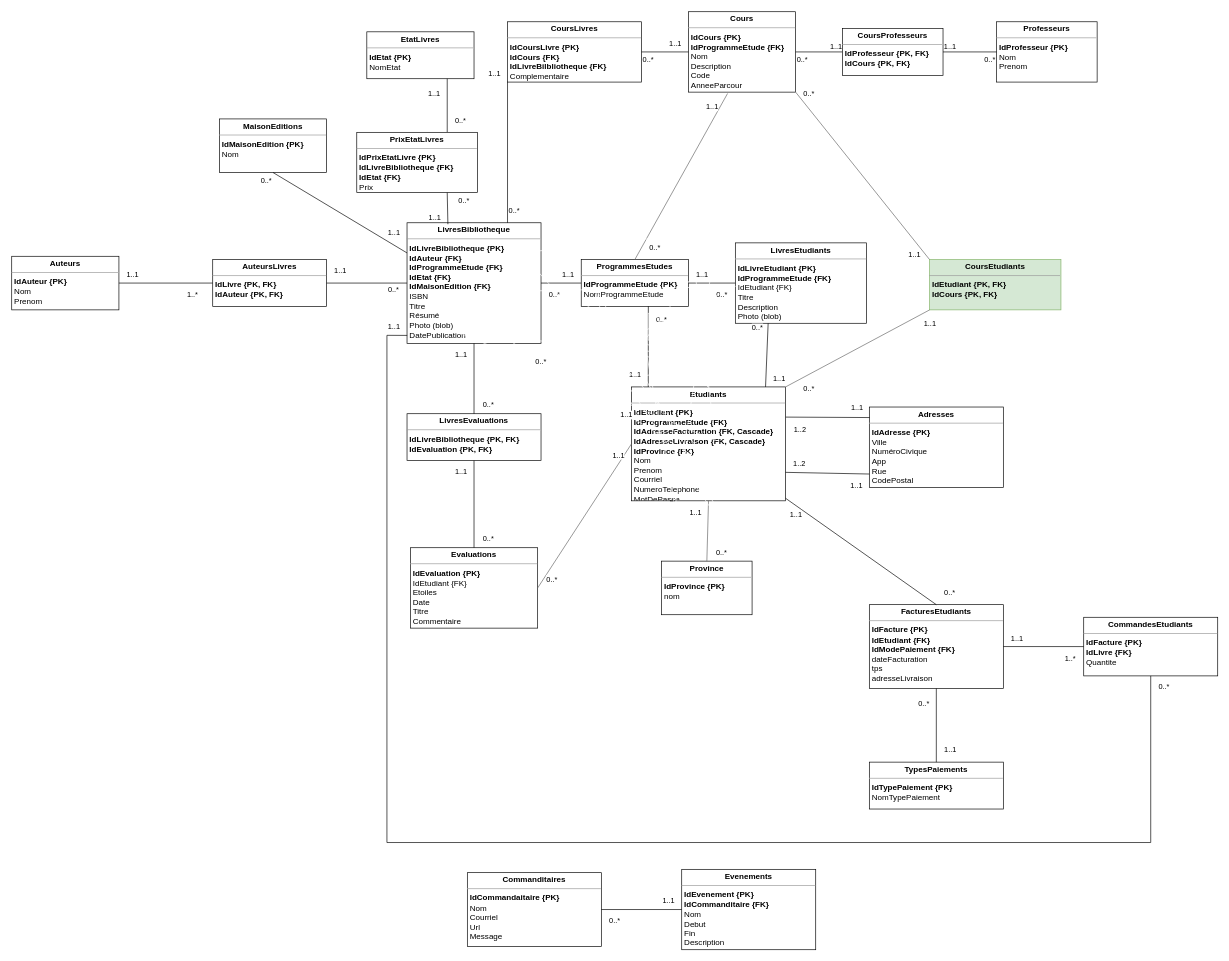
Before: page "Page-1" (1 of 2) of org/diagrammes/modele-bd/modele-bd.drawio in Feelschevreuil/vlisside-Survivor, a draw.io diagram. Source tidied: cells renumbered, new cells numbered last; positions are measured from the earlier drawing's top-left corner, leaving out a move shared by most shapes. Both pictures are drawn from the tidied source at 67%, with x=0, y=0 at pixel (11, 11).
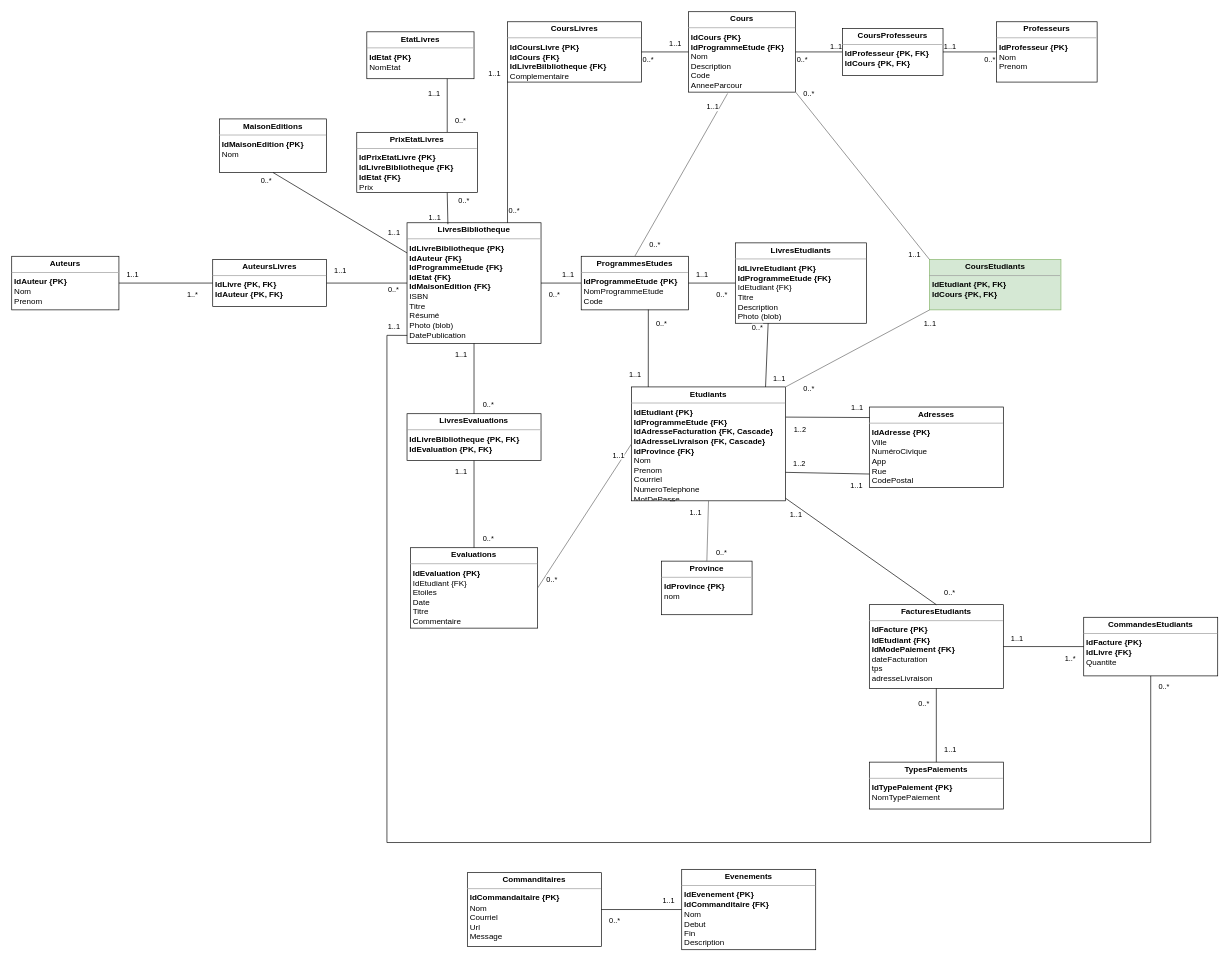
After the change.

Commit message:
docs: ajout du champ code des programmes d'études

Diff of the diagram source:
```diff
@@
-    <mxCell id="11" value="&lt;p style=&quot;margin: 0px ; margin-top: 4px ; text-align: center&quot;&gt;&lt;b&gt;ProgrammesEtudes&lt;/b&gt;&lt;/p&gt;&lt;hr size=&quot;1&quot;&gt;&lt;p style=&quot;margin: 0px ; margin-left: 4px&quot;&gt;&lt;b&gt;IdProgrammeEtude {PK}&lt;/b&gt;&lt;/p&gt;&lt;p style=&quot;margin: 0px ; margin-left: 4px&quot;&gt;NomProgrammeEtude&lt;/p&gt;" style="verticalAlign=top;align=left;overflow=fill;fontSize=12;fontFamily=Helvetica;html=1;" parent="1" vertex="1">
-      <mxGeometry x="850" y="370" width="160" height="70" as="geometry" />
+    <mxCell id="11" value="&lt;p style=&quot;margin: 0px ; margin-top: 4px ; text-align: center&quot;&gt;&lt;b&gt;ProgrammesEtudes&lt;/b&gt;&lt;/p&gt;&lt;hr size=&quot;1&quot;&gt;&lt;p style=&quot;margin: 0px ; margin-left: 4px&quot;&gt;&lt;b&gt;IdProgrammeEtude {PK}&lt;/b&gt;&lt;/p&gt;&lt;p style=&quot;margin: 0px ; margin-left: 4px&quot;&gt;NomProgrammeEtude&lt;/p&gt;&lt;p style=&quot;margin: 0px ; margin-left: 4px&quot;&gt;Code&lt;/p&gt;" style="verticalAlign=top;align=left;overflow=fill;fontSize=12;fontFamily=Helvetica;html=1;" parent="1" vertex="1">
+      <mxGeometry x="850" y="365" width="160" height="80" as="geometry" />
     </mxCell>
@@
-    <mxCell id="107" style="endArrow=none;html=1;rounded=0;endFill=0;fillColor=#f5f5f5;strokeColor=#FFFFFF;" parent="1" edge="1">
-      <mxGeometry relative="1" as="geometry">
-        <mxPoint x="770" y="520" as="sourcePoint" />
-        <mxPoint x="940" y="610" as="targetPoint" />
-        <Array as="points">
-          <mxPoint x="880" y="540" />
-          <mxPoint x="920" y="550" />
-          <mxPoint x="960" y="540" />
-          <mxPoint x="960" y="520" />
-          <mxPoint x="880" y="480" />
-          <mxPoint x="900" y="490" />
-          <mxPoint x="890" y="460" />
-          <mxPoint x="920" y="450" />
-          <mxPoint x="880" y="470" />
-          <mxPoint x="900" y="470" />
-          <mxPoint x="920" y="470" />
-          <mxPoint x="860" y="440" />
-          <mxPoint x="855" y="520" />
-          <mxPoint x="1080" y="410" />
-          <mxPoint x="630" y="420" />
-          <mxPoint x="1060" y="690" />
-          <mxPoint x="760" y="360" />
-          <mxPoint x="1030" y="330" />
-          <mxPoint x="1040" y="340" />
-          <mxPoint x="1050" y="350" />
-          <mxPoint x="990" y="740" />
-          <mxPoint x="940" y="470" />
-          <mxPoint x="930" y="500" />
-          <mxPoint x="880" y="500" />
-          <mxPoint x="880" y="460" />
-          <mxPoint x="870" y="460" />
-          <mxPoint x="860" y="480" />
-          <mxPoint x="890" y="470" />
-          <mxPoint x="900" y="450" />
-          <mxPoint x="920" y="490" />
-          <mxPoint x="920" y="460" />
-          <mxPoint x="900" y="480" />
-          <mxPoint x="890" y="510" />
-          <mxPoint x="920" y="520" />
-          <mxPoint x="910" y="510" />
-          <mxPoint x="930" y="520" />
-          <mxPoint x="930" y="490" />
-          <mxPoint x="940" y="490" />
-          <mxPoint x="1040" y="560" />
-          <mxPoint x="950" y="490" />
-          <mxPoint x="950" y="450" />
-          <mxPoint x="1090" y="520" />
-          <mxPoint x="670" y="480" />
-          <mxPoint x="1050" y="640" />
-          <mxPoint x="1020" y="390" />
-          <mxPoint x="930" y="510" />
-          <mxPoint x="940" y="500" />
-          <mxPoint x="910" y="490" />
-          <mxPoint x="880" y="450" />
-          <mxPoint x="870" y="410" />
-          <mxPoint x="1090" y="810" />
-          <mxPoint x="840" y="440" />
-        </Array>
-      </mxGeometry>
-    </mxCell>
-    <mxCell id="108" value="0..*" style="edgeLabel;html=1;align=left;verticalAlign=bottom;" parent="107" vertex="1">
-      <mxGeometry x="-1" relative="1" as="geometry">
-        <mxPoint x="10" y="10" as="offset" />
-      </mxGeometry>
-    </mxCell>
-    <mxCell id="109" value="1..1" style="edgeLabel;html=1;align=right;verticalAlign=bottom;" parent="107" vertex="1">
-      <mxGeometry x="1" relative="1" as="geometry">
-        <mxPoint x="-13" as="offset" />
-      </mxGeometry>
-    </mxCell>
```
